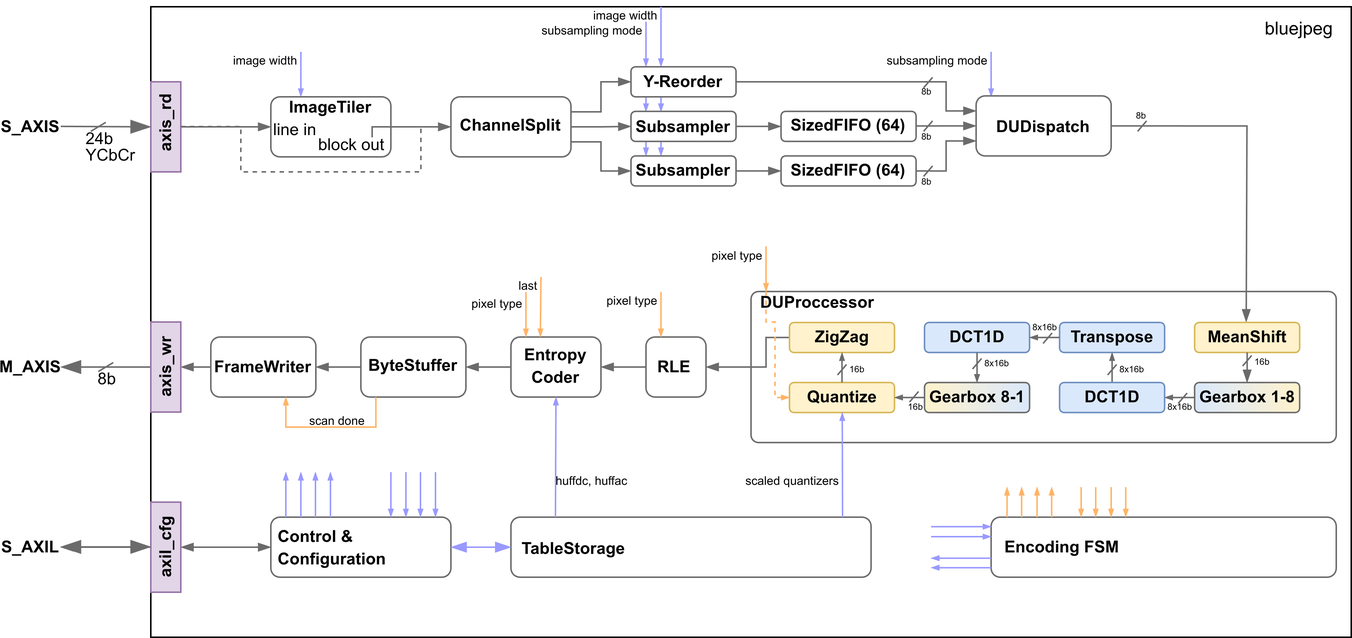
This is assets/system.drawio.png from timksf/bluejpeg, a draw.io export, as it was before one commit. Source tidied: cells renumbered, new cells last; positions are measured from the earlier drawing's top-left corner, leaving out a move shared by most shapes.
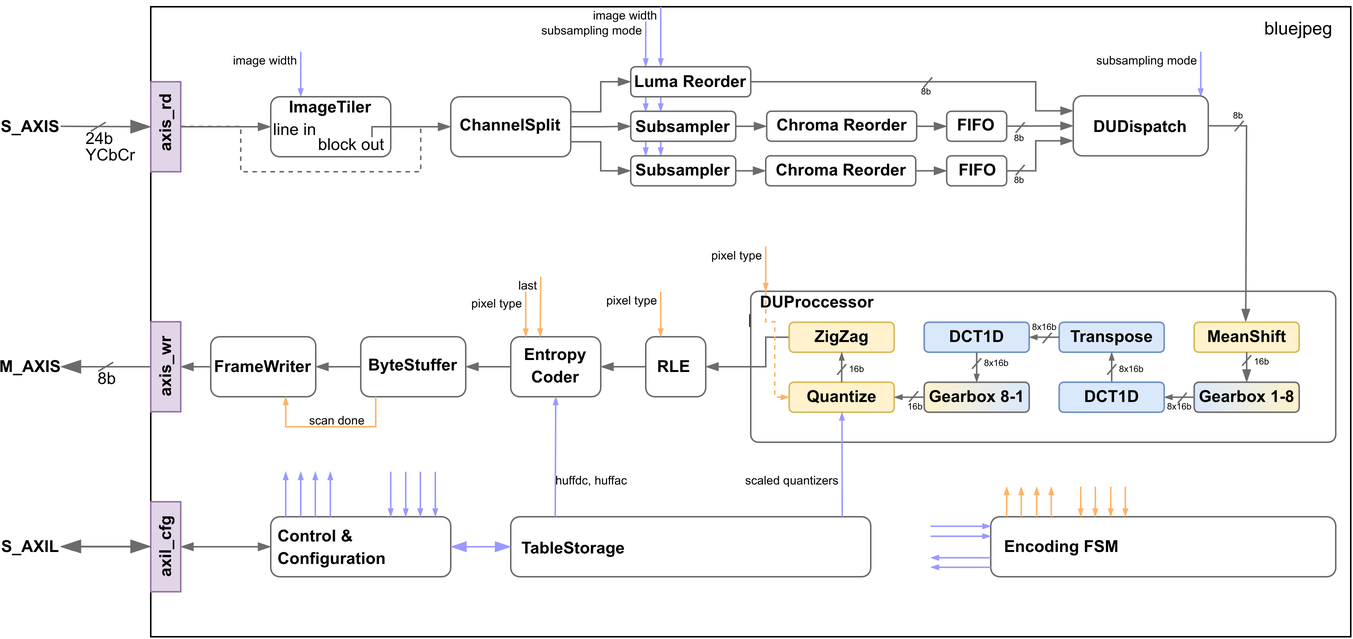
The same diagram one commit later.

The edit, as a diff of the source:
```diff
@@ -2,7 +2,7 @@
   <root>
     <mxCell id="0" />
     <mxCell id="1" parent="0" />
-    <mxCell id="2" style="rounded=0;whiteSpace=wrap;html=1;fillColor=none;" parent="1" vertex="1">
+    <mxCell id="2" value="l" style="rounded=0;whiteSpace=wrap;html=1;fillColor=none;" parent="1" vertex="1">
       <mxGeometry x="100" width="800" height="420" as="geometry" />
     </mxCell>
     <mxCell id="3" style="rounded=1;whiteSpace=wrap;html=1;strokeColor=#6B6B6B;arcSize=5;" parent="1" vertex="1">
@@ -19,16 +19,18 @@
     </mxCell>
     <mxCell id="7" style="edgeStyle=none;html=1;endArrow=blockThin;endFill=1;strokeColor=light-dark(#9999FF,#EDEDED);exitX=1;exitY=0;exitDx=0;exitDy=0;endSize=3;startSize=5;" parent="1" edge="1">
       <mxGeometry relative="1" as="geometry">
-        <mxPoint x="660" y="30" as="sourcePoint" />
-        <mxPoint x="660" y="60" as="targetPoint" />
+        <mxPoint x="800" y="30" as="sourcePoint" />
+        <mxPoint x="800" y="60" as="targetPoint" />
       </mxGeometry>
     </mxCell>
-    <mxCell id="8" style="edgeStyle=orthogonalEdgeStyle;shape=connector;curved=0;rounded=0;html=1;exitX=1;exitY=0.5;exitDx=0;exitDy=0;entryX=0;entryY=0.75;entryDx=0;entryDy=0;strokeColor=light-dark(#6b6b6b, #ededed);align=center;verticalAlign=middle;fontFamily=Helvetica;fontSize=11;fontColor=default;labelBackgroundColor=default;endArrow=blockThin;endFill=1;" parent="1" edge="1" source="9" target="53">
-      <mxGeometry relative="1" as="geometry" />
+    <mxCell id="8" style="edgeStyle=orthogonalEdgeStyle;shape=connector;curved=0;rounded=0;html=1;exitX=1;exitY=0.5;exitDx=0;exitDy=0;entryX=0;entryY=0.75;entryDx=0;entryDy=0;strokeColor=light-dark(#6b6b6b, #ededed);align=center;verticalAlign=middle;fontFamily=Helvetica;fontSize=11;fontColor=default;labelBackgroundColor=default;endArrow=blockThin;endFill=1;" parent="1" edge="1" source="170" target="53">
+      <mxGeometry relative="1" as="geometry">
+        <Array as="points">
+          <mxPoint x="690" y="109" />
+          <mxPoint x="690" y="89" />
+        </Array>
+      </mxGeometry>
     </mxCell>
-    <mxCell id="9" style="rounded=1;whiteSpace=wrap;html=1;strokeColor=#6B6B6B;" parent="1" vertex="1">
-      <mxGeometry x="520" y="99.4" width="90" height="20" as="geometry" />
-    </mxCell>
     <mxCell id="10" style="edgeStyle=none;html=1;endArrow=blockThin;endFill=1;strokeColor=light-dark(#9999FF,#EDEDED);entryX=0.25;entryY=0;entryDx=0;entryDy=0;endSize=3;" parent="1" edge="1" target="17">
       <mxGeometry relative="1" as="geometry">
         <mxPoint x="200" y="30" as="sourcePoint" />
@@ -130,37 +132,37 @@
     <mxCell id="35" value="&lt;span style=&quot;font-size: 11px;&quot;&gt;&lt;b&gt;ChannelSplit&lt;/b&gt;&lt;/span&gt;" style="text;html=1;align=center;verticalAlign=middle;whiteSpace=wrap;rounded=0;" parent="1" vertex="1">
       <mxGeometry x="310" y="72" width="60" height="14.7" as="geometry" />
     </mxCell>
-    <mxCell id="36" style="edgeStyle=orthogonalEdgeStyle;shape=connector;curved=0;rounded=0;html=1;exitX=1;exitY=0.5;exitDx=0;exitDy=0;entryX=0;entryY=0.5;entryDx=0;entryDy=0;strokeColor=light-dark(#6b6b6b, #ededed);align=center;verticalAlign=middle;fontFamily=Helvetica;fontSize=11;fontColor=default;labelBackgroundColor=default;endArrow=blockThin;endFill=1;" parent="1" edge="1" source="37" target="9">
-      <mxGeometry relative="1" as="geometry" />
-    </mxCell>
+    <mxCell id="168" style="edgeStyle=orthogonalEdgeStyle;shape=connector;curved=0;rounded=0;html=1;exitX=1;exitY=0.5;exitDx=0;exitDy=0;entryX=0;entryY=0.5;entryDx=0;entryDy=0;strokeColor=light-dark(#6b6b6b, #ededed);align=center;verticalAlign=middle;fontFamily=Helvetica;fontSize=11;fontColor=default;labelBackgroundColor=default;endArrow=blockThin;endFill=1;" parent="1" edge="1" source="37" target="173">
+      <mxGeometry relative="1" as="geometry" />
+    </mxCell>
     <mxCell id="37" style="rounded=1;whiteSpace=wrap;html=1;strokeColor=#6B6B6B;" parent="1" vertex="1">
       <mxGeometry x="420" y="99.4" width="70" height="20" as="geometry" />
     </mxCell>
     <mxCell id="38" value="&lt;span style=&quot;font-size: 11px;&quot;&gt;&lt;b&gt;Subsampler&lt;/b&gt;&lt;/span&gt;" style="text;html=1;align=center;verticalAlign=middle;whiteSpace=wrap;rounded=0;" parent="1" vertex="1">
       <mxGeometry x="425" y="104" width="60" height="10" as="geometry" />
     </mxCell>
-    <mxCell id="39" style="edgeStyle=orthogonalEdgeStyle;shape=connector;curved=0;rounded=0;html=1;exitX=1;exitY=0.5;exitDx=0;exitDy=0;entryX=0;entryY=0.5;entryDx=0;entryDy=0;strokeColor=light-dark(#6b6b6b, #ededed);align=center;verticalAlign=middle;fontFamily=Helvetica;fontSize=11;fontColor=default;labelBackgroundColor=default;endArrow=blockThin;endFill=1;" parent="1" edge="1" source="40" target="50">
-      <mxGeometry relative="1" as="geometry" />
-    </mxCell>
+    <mxCell id="169" style="edgeStyle=orthogonalEdgeStyle;shape=connector;curved=0;rounded=0;html=1;exitX=1;exitY=0.5;exitDx=0;exitDy=0;entryX=0;entryY=0.5;entryDx=0;entryDy=0;strokeColor=light-dark(#6b6b6b, #ededed);align=center;verticalAlign=middle;fontFamily=Helvetica;fontSize=11;fontColor=default;labelBackgroundColor=default;endArrow=blockThin;endFill=1;" parent="1" edge="1" source="40" target="176">
+      <mxGeometry relative="1" as="geometry" />
+    </mxCell>
     <mxCell id="40" style="rounded=1;whiteSpace=wrap;html=1;strokeColor=#6B6B6B;" parent="1" vertex="1">
       <mxGeometry x="420" y="69.7" width="70" height="20" as="geometry" />
     </mxCell>
     <mxCell id="41" style="edgeStyle=orthogonalEdgeStyle;shape=connector;curved=0;rounded=0;html=1;exitX=1;exitY=0.5;exitDx=0;exitDy=0;entryX=0;entryY=0.25;entryDx=0;entryDy=0;strokeColor=light-dark(#6b6b6b, #ededed);align=center;verticalAlign=middle;fontFamily=Helvetica;fontSize=11;fontColor=default;labelBackgroundColor=default;endArrow=blockThin;endFill=1;" parent="1" edge="1" source="42" target="53">
       <mxGeometry relative="1" as="geometry">
         <Array as="points">
-          <mxPoint x="630" y="50" />
-          <mxPoint x="630" y="69" />
+          <mxPoint x="690" y="50" />
+          <mxPoint x="690" y="69" />
         </Array>
       </mxGeometry>
     </mxCell>
     <mxCell id="42" style="rounded=1;whiteSpace=wrap;html=1;strokeColor=#6B6B6B;" parent="1" vertex="1">
-      <mxGeometry x="420" y="40" width="70" height="20" as="geometry" />
+      <mxGeometry x="420" y="40" width="80" height="20" as="geometry" />
     </mxCell>
     <mxCell id="43" value="&lt;span style=&quot;font-size: 11px;&quot;&gt;&lt;b&gt;Subsampler&lt;/b&gt;&lt;/span&gt;" style="text;html=1;align=center;verticalAlign=middle;whiteSpace=wrap;rounded=0;" parent="1" vertex="1">
       <mxGeometry x="425" y="74.7" width="60" height="10" as="geometry" />
     </mxCell>
-    <mxCell id="44" value="&lt;span style=&quot;font-size: 11px;&quot;&gt;&lt;b&gt;Y-Reorder&lt;/b&gt;&lt;/span&gt;" style="text;html=1;align=center;verticalAlign=middle;whiteSpace=wrap;rounded=0;" parent="1" vertex="1">
-      <mxGeometry x="425" y="45" width="60" height="10" as="geometry" />
+    <mxCell id="44" value="&lt;span style=&quot;font-size: 11px;&quot;&gt;&lt;b&gt;Luma Reorder&lt;/b&gt;&lt;/span&gt;" style="text;html=1;align=center;verticalAlign=middle;whiteSpace=wrap;rounded=0;" parent="1" vertex="1">
+      <mxGeometry x="420" y="45" width="80" height="10" as="geometry" />
     </mxCell>
     <mxCell id="45" value="&lt;font style=&quot;font-size: 8px;&quot;&gt;subsampling mode&lt;/font&gt;" style="text;html=1;align=right;verticalAlign=middle;whiteSpace=wrap;rounded=0;rotation=0;" parent="1" vertex="1">
       <mxGeometry x="360" y="10" width="70" height="10" as="geometry" />
@@ -171,9 +173,6 @@
     <mxCell id="47" value="&lt;font style=&quot;font-size: 8px;&quot;&gt;image width&lt;/font&gt;" style="text;html=1;align=right;verticalAlign=middle;whiteSpace=wrap;rounded=0;rotation=0;" parent="1" vertex="1">
       <mxGeometry x="130" y="30" width="70" height="10" as="geometry" />
     </mxCell>
-    <mxCell id="48" value="&lt;span style=&quot;font-size: 11px;&quot;&gt;&lt;b&gt;SizedFIFO (64)&lt;/b&gt;&lt;/span&gt;" style="text;html=1;align=center;verticalAlign=middle;whiteSpace=wrap;rounded=0;" parent="1" vertex="1">
-      <mxGeometry x="525" y="104" width="80" height="10" as="geometry" />
-    </mxCell>
     <mxCell id="49" style="edgeStyle=orthogonalEdgeStyle;shape=connector;curved=0;rounded=0;html=1;exitX=1;exitY=0.5;exitDx=0;exitDy=0;entryX=0;entryY=0.5;entryDx=0;entryDy=0;strokeColor=light-dark(#6b6b6b, #ededed);align=center;verticalAlign=middle;fontFamily=Helvetica;fontSize=11;fontColor=default;labelBackgroundColor=default;endArrow=blockThin;endFill=1;" parent="1" edge="1" source="50" target="53">
       <mxGeometry relative="1" as="geometry">
         <Array as="points">
@@ -182,10 +181,10 @@
       </mxGeometry>
     </mxCell>
     <mxCell id="50" style="rounded=1;whiteSpace=wrap;html=1;strokeColor=#6B6B6B;" parent="1" vertex="1">
-      <mxGeometry x="520" y="69.7" width="90" height="20" as="geometry" />
+      <mxGeometry x="630.6" y="69.7" width="40" height="20" as="geometry" />
     </mxCell>
-    <mxCell id="51" value="&lt;span style=&quot;font-size: 11px;&quot;&gt;&lt;b&gt;SizedFIFO (64)&lt;/b&gt;&lt;/span&gt;" style="text;html=1;align=center;verticalAlign=middle;whiteSpace=wrap;rounded=0;" parent="1" vertex="1">
-      <mxGeometry x="525" y="73.7" width="80" height="10" as="geometry" />
+    <mxCell id="51" value="&lt;span style=&quot;font-size: 11px;&quot;&gt;&lt;b&gt;FIFO&lt;/b&gt;&lt;/span&gt;" style="text;html=1;align=center;verticalAlign=middle;whiteSpace=wrap;rounded=0;" parent="1" vertex="1">
+      <mxGeometry x="633.1" y="74.2" width="35" height="10" as="geometry" />
     </mxCell>
     <mxCell id="52" style="edgeStyle=orthogonalEdgeStyle;shape=connector;curved=0;rounded=0;html=1;exitX=1;exitY=0.5;exitDx=0;exitDy=0;strokeColor=light-dark(#6b6b6b, #ededed);align=center;verticalAlign=middle;fontFamily=Helvetica;fontSize=11;fontColor=default;labelBackgroundColor=default;endArrow=blockThin;endFill=1;" parent="1" edge="1" source="53">
       <mxGeometry relative="1" as="geometry">
@@ -193,13 +192,13 @@
       </mxGeometry>
     </mxCell>
     <mxCell id="53" style="rounded=1;whiteSpace=wrap;html=1;strokeColor=#6B6B6B;" parent="1" vertex="1">
-      <mxGeometry x="650" y="59.4" width="90" height="40" as="geometry" />
+      <mxGeometry x="715" y="59.4" width="90" height="40" as="geometry" />
     </mxCell>
     <mxCell id="54" value="&lt;span style=&quot;font-size: 11px;&quot;&gt;&lt;b&gt;DUDispatch&lt;/b&gt;&lt;/span&gt;" style="text;html=1;align=center;verticalAlign=middle;whiteSpace=wrap;rounded=0;" parent="1" vertex="1">
-      <mxGeometry x="665" y="72.3" width="60" height="14.7" as="geometry" />
+      <mxGeometry x="730" y="72.3" width="60" height="14.7" as="geometry" />
     </mxCell>
     <mxCell id="55" value="&lt;font style=&quot;font-size: 8px;&quot;&gt;subsampling mode&lt;/font&gt;" style="text;html=1;align=right;verticalAlign=middle;whiteSpace=wrap;rounded=0;rotation=0;" parent="1" vertex="1">
-      <mxGeometry x="590" y="30" width="70" height="10" as="geometry" />
+      <mxGeometry x="730" y="30" width="70" height="10" as="geometry" />
     </mxCell>
     <mxCell id="56" value="&lt;span style=&quot;font-size: 11px;&quot;&gt;&lt;b&gt;FrameWriter&lt;/b&gt;&lt;/span&gt;" style="text;html=1;align=center;verticalAlign=middle;whiteSpace=wrap;rounded=0;" parent="1" vertex="1">
       <mxGeometry x="145" y="233" width="60" height="14.7" as="geometry" />
@@ -579,28 +578,28 @@
       </mxGeometry>
     </mxCell>
     <mxCell id="152" style="verticalLabelPosition=bottom;shadow=0;dashed=0;align=center;html=1;verticalAlign=top;shape=mxgraph.electrical.transmission.bus_width;fontFamily=Helvetica;fontSize=11;fontColor=default;labelBackgroundColor=default;strokeColor=#6B6B6B;" parent="1" vertex="1">
-      <mxGeometry x="757.6" y="76" width="6" height="7" as="geometry" />
+      <mxGeometry x="822.6" y="76" width="6" height="7" as="geometry" />
     </mxCell>
     <mxCell id="153" value="&lt;font style=&quot;font-size: 6px;&quot;&gt;8b&lt;/font&gt;" style="text;html=1;align=left;verticalAlign=middle;whiteSpace=wrap;rounded=0;rotation=0;" parent="1" vertex="1">
-      <mxGeometry x="754.6" y="66" width="12" height="10" as="geometry" />
+      <mxGeometry x="819.6" y="66" width="12" height="10" as="geometry" />
     </mxCell>
     <mxCell id="154" style="verticalLabelPosition=bottom;shadow=0;dashed=0;align=center;html=1;verticalAlign=top;shape=mxgraph.electrical.transmission.bus_width;fontFamily=Helvetica;fontSize=11;fontColor=default;labelBackgroundColor=default;strokeColor=#6B6B6B;" parent="1" vertex="1">
-      <mxGeometry x="615" y="106" width="6" height="7" as="geometry" />
+      <mxGeometry x="676.6" y="105.4" width="6" height="7" as="geometry" />
     </mxCell>
     <mxCell id="155" style="verticalLabelPosition=bottom;shadow=0;dashed=0;align=center;html=1;verticalAlign=top;shape=mxgraph.electrical.transmission.bus_width;fontFamily=Helvetica;fontSize=11;fontColor=default;labelBackgroundColor=default;strokeColor=#6B6B6B;" parent="1" vertex="1">
-      <mxGeometry x="615" y="76" width="6" height="7" as="geometry" />
+      <mxGeometry x="676.6" y="77" width="6" height="7" as="geometry" />
     </mxCell>
     <mxCell id="156" style="verticalLabelPosition=bottom;shadow=0;dashed=0;align=center;html=1;verticalAlign=top;shape=mxgraph.electrical.transmission.bus_width;fontFamily=Helvetica;fontSize=11;fontColor=default;labelBackgroundColor=default;strokeColor=#6B6B6B;" parent="1" vertex="1">
       <mxGeometry x="615" y="47" width="6" height="7" as="geometry" />
     </mxCell>
     <mxCell id="157" value="&lt;font style=&quot;font-size: 6px;&quot;&gt;8b&lt;/font&gt;" style="text;html=1;align=left;verticalAlign=middle;whiteSpace=wrap;rounded=0;rotation=0;" parent="1" vertex="1">
-      <mxGeometry x="612" y="110" width="12" height="10" as="geometry" />
+      <mxGeometry x="673.6" y="109.4" width="12" height="10" as="geometry" />
     </mxCell>
     <mxCell id="158" value="&lt;font style=&quot;font-size: 6px;&quot;&gt;8b&lt;/font&gt;" style="text;html=1;align=left;verticalAlign=middle;whiteSpace=wrap;rounded=0;rotation=0;" parent="1" vertex="1">
       <mxGeometry x="612" y="50" width="12" height="10" as="geometry" />
     </mxCell>
     <mxCell id="159" value="&lt;font style=&quot;font-size: 6px;&quot;&gt;8b&lt;/font&gt;" style="text;html=1;align=left;verticalAlign=middle;whiteSpace=wrap;rounded=0;rotation=0;" parent="1" vertex="1">
-      <mxGeometry x="612" y="79.7" width="12" height="10" as="geometry" />
+      <mxGeometry x="673.6" y="80.7" width="12" height="10" as="geometry" />
     </mxCell>
     <mxCell id="160" style="edgeStyle=none;html=1;endArrow=blockThin;endFill=1;strokeColor=light-dark(#9999FF,#EDEDED);endSize=3;" parent="1" edge="1">
       <mxGeometry relative="1" as="geometry">
@@ -646,5 +645,33 @@
     <mxCell id="167" value="&lt;span style=&quot;font-size: 11px;&quot;&gt;8b&lt;/span&gt;" style="text;html=1;align=left;verticalAlign=middle;whiteSpace=wrap;rounded=0;rotation=0;" parent="1" vertex="1">
       <mxGeometry x="62.5" y="242.4" width="20" height="10.6" as="geometry" />
     </mxCell>
+    <mxCell id="170" style="rounded=1;whiteSpace=wrap;html=1;strokeColor=#6B6B6B;" parent="1" vertex="1">
+      <mxGeometry x="630.6" y="99.4" width="40" height="20" as="geometry" />
+    </mxCell>
+    <mxCell id="171" value="&lt;span style=&quot;font-size: 11px;&quot;&gt;&lt;b&gt;FIFO&lt;/b&gt;&lt;/span&gt;" style="text;html=1;align=center;verticalAlign=middle;whiteSpace=wrap;rounded=0;" parent="1" vertex="1">
+      <mxGeometry x="633.8" y="104" width="35" height="10" as="geometry" />
+    </mxCell>
+    <mxCell id="172" style="edgeStyle=orthogonalEdgeStyle;shape=connector;curved=0;rounded=0;html=1;exitX=1;exitY=0.5;exitDx=0;exitDy=0;entryX=0;entryY=0.5;entryDx=0;entryDy=0;strokeColor=light-dark(#6b6b6b, #ededed);align=center;verticalAlign=middle;fontFamily=Helvetica;fontSize=11;fontColor=default;labelBackgroundColor=default;endArrow=blockThin;endFill=1;" parent="1" edge="1" source="173" target="170">
+      <mxGeometry relative="1" as="geometry" />
+    </mxCell>
+    <mxCell id="173" style="rounded=1;whiteSpace=wrap;html=1;strokeColor=#6B6B6B;" parent="1" vertex="1">
+      <mxGeometry x="510" y="99.4" width="100" height="20" as="geometry" />
+    </mxCell>
+    <mxCell id="174" value="&lt;span style=&quot;font-size: 11px;&quot;&gt;&lt;b&gt;Chroma Reorder&lt;/b&gt;&lt;/span&gt;" style="text;html=1;align=center;verticalAlign=middle;whiteSpace=wrap;rounded=0;" parent="1" vertex="1">
+      <mxGeometry x="511.3" y="104.4" width="99.4" height="10" as="geometry" />
+    </mxCell>
+    <mxCell id="175" style="edgeStyle=orthogonalEdgeStyle;shape=connector;curved=0;rounded=0;html=1;exitX=1;exitY=0.5;exitDx=0;exitDy=0;entryX=0;entryY=0.5;entryDx=0;entryDy=0;strokeColor=light-dark(#6b6b6b, #ededed);align=center;verticalAlign=middle;fontFamily=Helvetica;fontSize=11;fontColor=default;labelBackgroundColor=default;endArrow=blockThin;endFill=1;" parent="1" edge="1" source="176" target="50">
+      <mxGeometry relative="1" as="geometry">
+        <Array as="points">
+          <mxPoint x="620" y="80" />
+        </Array>
+      </mxGeometry>
+    </mxCell>
+    <mxCell id="176" style="rounded=1;whiteSpace=wrap;html=1;strokeColor=#6B6B6B;" parent="1" vertex="1">
+      <mxGeometry x="510.6" y="69.7" width="100" height="20" as="geometry" />
+    </mxCell>
+    <mxCell id="177" value="&lt;span style=&quot;font-size: 11px;&quot;&gt;&lt;b&gt;Chroma Reorder&lt;/b&gt;&lt;/span&gt;" style="text;html=1;align=center;verticalAlign=middle;whiteSpace=wrap;rounded=0;" parent="1" vertex="1">
+      <mxGeometry x="515.6" y="74.4" width="90" height="10" as="geometry" />
+    </mxCell>
   </root>
 </mxGraphModel>
```
